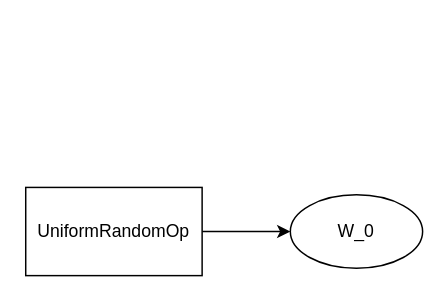
Before: op_graph.drawio in JiabinYang/Doc, a draw.io diagram. Source tidied: cells renumbered, new cells numbered last; positions are measured from the earlier drawing's top-left corner, leaving out a move shared by most shapes. Both pictures are drawn from the tidied source at 147%, with x=0, y=0 at pixel (25, 187).
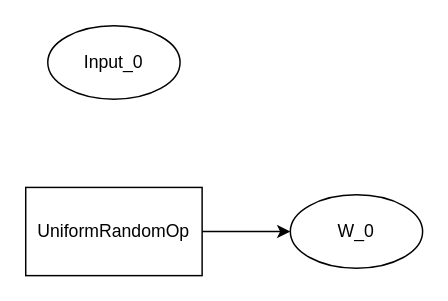
The same diagram, later.

Diff of the diagram source:
```diff
@@
 <mxGraphModel>
   <root>
     <mxCell id="0" />
     <mxCell id="1" parent="0" />
     <mxCell id="2" style="edgeStyle=orthogonalEdgeStyle;rounded=0;jettySize=auto;html=1;exitX=1;exitY=0.5;exitDx=0;exitDy=0;entryX=0;entryY=0.5;entryDx=0;entryDy=0;" parent="1" edge="1" source="3" target="4">
       <mxGeometry relative="1" as="geometry" />
     </mxCell>
     <mxCell id="3" value="UniformRandomOp" style="rounded=0;whiteSpace=wrap;html=1;" parent="1" vertex="1">
       <mxGeometry width="120" height="60" as="geometry" />
     </mxCell>
     <mxCell id="4" value="W_0" style="ellipse;whiteSpace=wrap;html=1;" parent="1" vertex="1">
       <mxGeometry x="180" y="5" width="90" height="50" as="geometry" />
     </mxCell>
+    <mxCell id="5" value="Input_0" style="ellipse;whiteSpace=wrap;html=1;" parent="1" vertex="1">
+      <mxGeometry x="15" y="-110" width="90" height="50" as="geometry" />
+    </mxCell>
   </root>
 </mxGraphModel>
```
